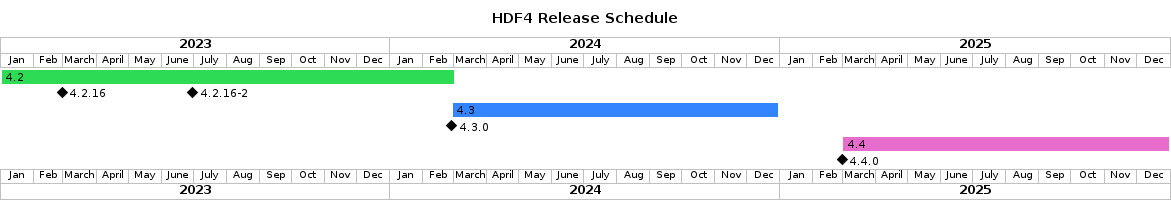
Above: doc/img/release-schedule.png in HDFGroup/hdf4 (PlantUML), before the change.
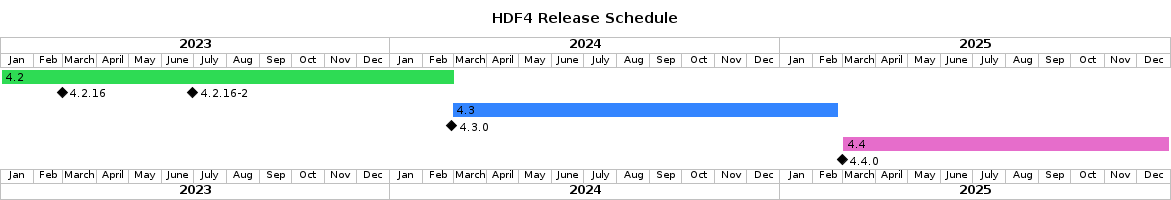
Above is the later version.

What changed in the source:
```diff
@@ -11,7 +11,7 @@
 [4.2.16-2] displays on same row as [4.2.16]
 [4.2] is colored in #2EDB54
 
-[4.3] starts 2024-02-28 and lasts 44 weeks
+[4.3] starts 2024-02-28 and lasts 52 weeks
 [4.3.0] happens 2024-02-28
 [4.3] is colored in #3385FF
 
```
